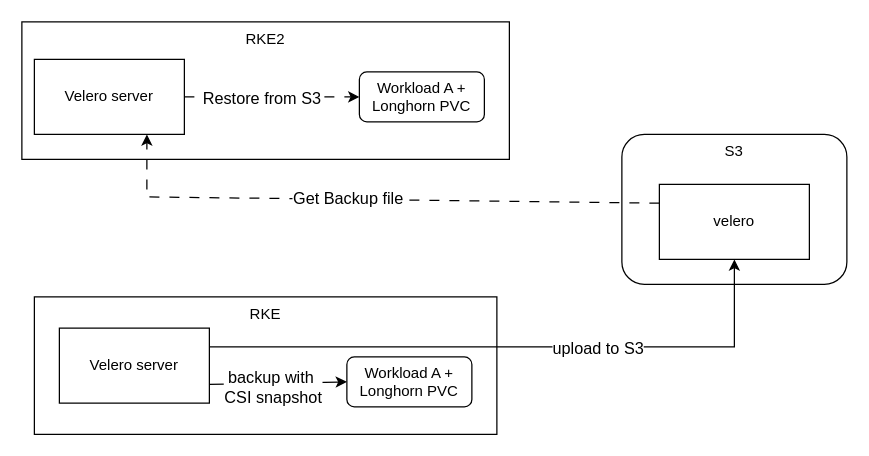
This is replatform.drawio from JacieChao/jacie-docs, a draw.io file, before an edit. Source tidied: cells renumbered, new cells numbered last; positions are measured from the earlier drawing's top-left corner, leaving out a move shared by most shapes. Both pictures are drawn from the tidied source at 125%, with x=0, y=0 at pixel (21, 21).
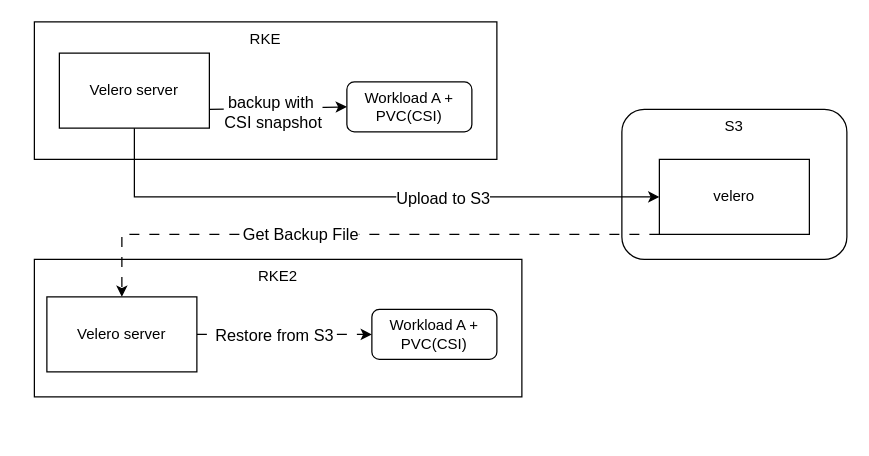
The same diagram, later.

The edit, as a diff of the source:
```diff
@@
     <mxCell id="2" value="RKE" style="rounded=0;whiteSpace=wrap;html=1;verticalAlign=top;" parent="1" vertex="1">
-      <mxGeometry x="10" y="220" width="370" height="110" as="geometry" />
+      <mxGeometry x="10" width="370" height="110" as="geometry" />
     </mxCell>
     <mxCell id="3" value="RKE2" style="rounded=0;whiteSpace=wrap;html=1;verticalAlign=top;" parent="1" vertex="1">
-      <mxGeometry width="390" height="110" as="geometry" />
+      <mxGeometry x="10" y="190" width="390" height="110" as="geometry" />
     </mxCell>
     <mxCell id="4" value="S3" style="rounded=1;whiteSpace=wrap;html=1;verticalAlign=top;" parent="1" vertex="1">
-      <mxGeometry x="480" y="90" width="180" height="120" as="geometry" />
+      <mxGeometry x="480" y="70" width="180" height="120" as="geometry" />
     </mxCell>
     <mxCell id="5" value="velero" style="rounded=0;whiteSpace=wrap;html=1;" parent="1" vertex="1">
-      <mxGeometry x="510" y="130" width="120" height="60" as="geometry" />
+      <mxGeometry x="510" y="110" width="120" height="60" as="geometry" />
     </mxCell>
     <mxCell id="6" value="Velero server" style="rounded=0;whiteSpace=wrap;html=1;" parent="1" vertex="1">
-      <mxGeometry x="30" y="245" width="120" height="60" as="geometry" />
+      <mxGeometry x="30" y="25" width="120" height="60" as="geometry" />
     </mxCell>
-    <mxCell id="7" value="Workload A + Longhorn PVC" style="rounded=1;whiteSpace=wrap;html=1;" parent="1" vertex="1">
-      <mxGeometry x="260" y="268" width="100" height="40" as="geometry" />
+    <mxCell id="7" value="Workload A + PVC(CSI)" style="rounded=1;whiteSpace=wrap;html=1;" parent="1" vertex="1">
+      <mxGeometry x="260" y="48" width="100" height="40" as="geometry" />
     </mxCell>
-    <mxCell id="8" value="Workload A + Longhorn PVC" style="rounded=1;whiteSpace=wrap;html=1;" parent="1" vertex="1">
-      <mxGeometry x="270" y="40" width="100" height="40" as="geometry" />
+    <mxCell id="8" value="Workload A + PVC(CSI)" style="rounded=1;whiteSpace=wrap;html=1;" parent="1" vertex="1">
+      <mxGeometry x="280" y="230" width="100" height="40" as="geometry" />
     </mxCell>
@@
-    <mxCell id="11" style="endArrow=classic;html=1;rounded=0;exitX=1;exitY=0.25;exitDx=0;exitDy=0;entryX=0.5;entryY=1;entryDx=0;entryDy=0;" parent="1" edge="1" source="6" target="5">
+    <mxCell id="11" style="endArrow=classic;html=1;rounded=0;exitX=0.5;exitY=1;exitDx=0;exitDy=0;entryX=0;entryY=0.5;entryDx=0;entryDy=0;" parent="1" edge="1" source="6" target="5">
       <mxGeometry relative="1" as="geometry">
         <Array as="points">
-          <mxPoint x="570" y="260" />
+          <mxPoint x="90" y="140" />
         </Array>
       </mxGeometry>
     </mxCell>
-    <mxCell id="12" value="upload to S3" style="edgeLabel;html=1;align=center;verticalAlign=middle;fontSize=13;" parent="11" vertex="1">
+    <mxCell id="12" value="Upload to S3" style="edgeLabel;html=1;align=center;verticalAlign=middle;fontSize=13;" parent="11" vertex="1">
       <mxGeometry x="0.17" relative="1" as="geometry">
         <mxPoint x="23" as="offset" />
       </mxGeometry>
     </mxCell>
@@
+    <mxCell id="17" value="Velero server" style="rounded=0;whiteSpace=wrap;html=1;" parent="1" vertex="1">
+      <mxGeometry x="20" y="220" width="120" height="60" as="geometry" />
+    </mxCell>
-    <mxCell id="15" style="endArrow=classic;html=1;rounded=0;exitX=0;exitY=0.25;exitDx=0;exitDy=0;entryX=0.75;entryY=1;entryDx=0;entryDy=0;dashed=1;dashPattern=8 8;" parent="1" edge="1" source="5" target="17">
+    <mxCell id="15" style="endArrow=classic;html=1;rounded=0;exitX=0;exitY=1;exitDx=0;exitDy=0;entryX=0.5;entryY=0;entryDx=0;entryDy=0;dashed=1;dashPattern=8 8;" parent="1" edge="1" source="5" target="17">
       <mxGeometry relative="1" as="geometry">
         <Array as="points">
-          <mxPoint x="100" y="140" />
+          <mxPoint x="80" y="170" />
         </Array>
       </mxGeometry>
     </mxCell>
-    <mxCell id="16" value="Get Backup file" style="edgeLabel;html=1;align=center;verticalAlign=middle;fontSize=13;" parent="15" vertex="1">
-      <mxGeometry x="0.31" y="-1" relative="1" as="geometry">
-        <mxPoint x="51" as="offset" />
-      </mxGeometry>
-    </mxCell>
-    <mxCell id="17" value="Velero server" style="rounded=0;whiteSpace=wrap;html=1;" parent="1" vertex="1">
-      <mxGeometry x="10" y="30" width="120" height="60" as="geometry" />
-    </mxCell>
+    <mxCell id="18" value="Get Backup File" style="edgeLabel;html=1;align=center;verticalAlign=middle;fontSize=13;" parent="15" vertex="1">
+      <mxGeometry x="0.2" y="-1" relative="1" as="geometry" />
+    </mxCell>
```
